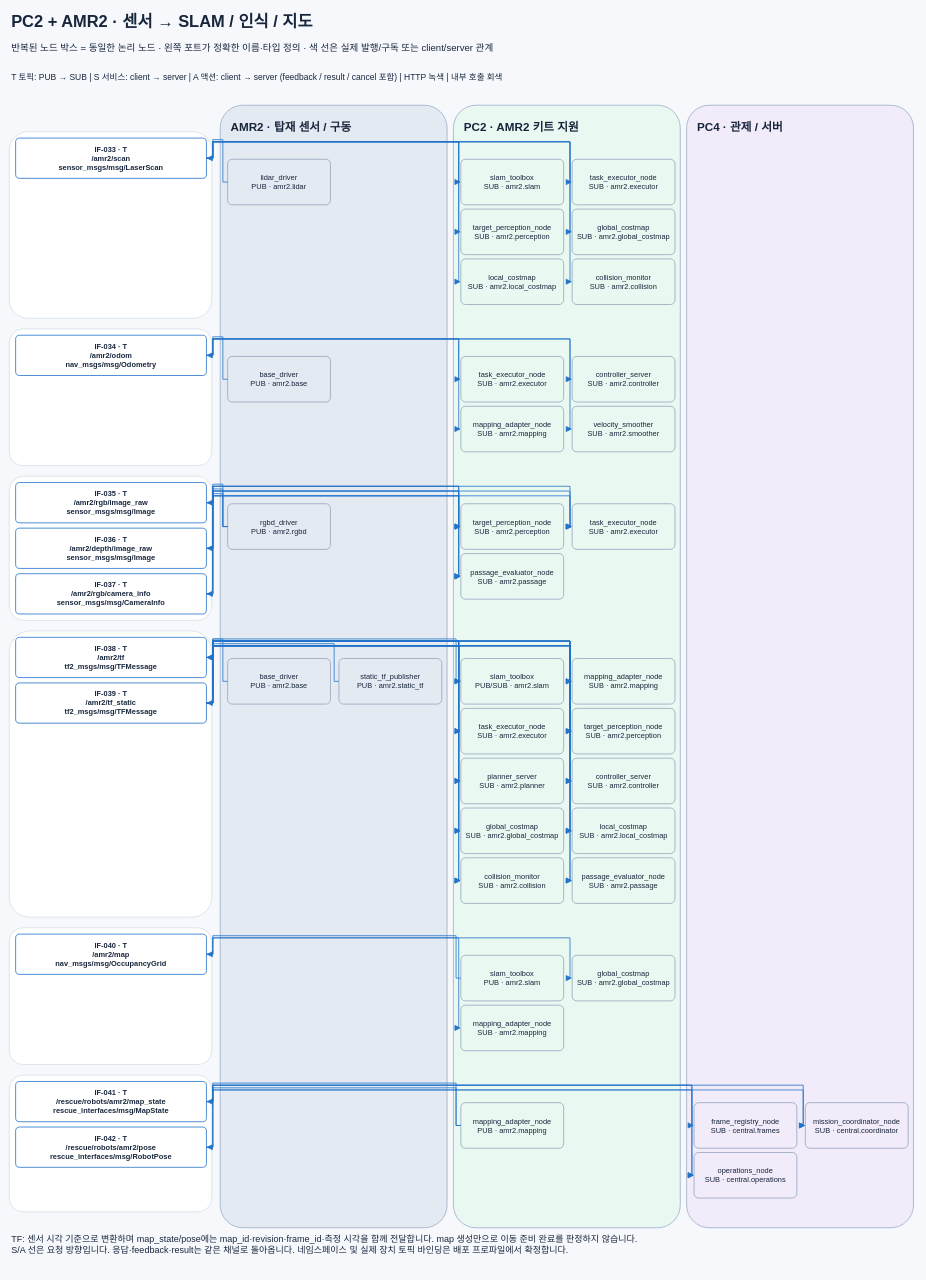
Above: page "04 PC2 센서·지도" (4 of 10) of docs/design/rokey7-sdd.drawio in mi1nn/ROKEY-7-public (draw.io), before the change. Source tidied: cells renumbered, new cells numbered last; positions are measured from the earlier drawing's top-left corner, leaving out a move shared by most shapes. Both pictures are drawn from the tidied source at 53%, with x=0, y=0 at pixel (9, 9).
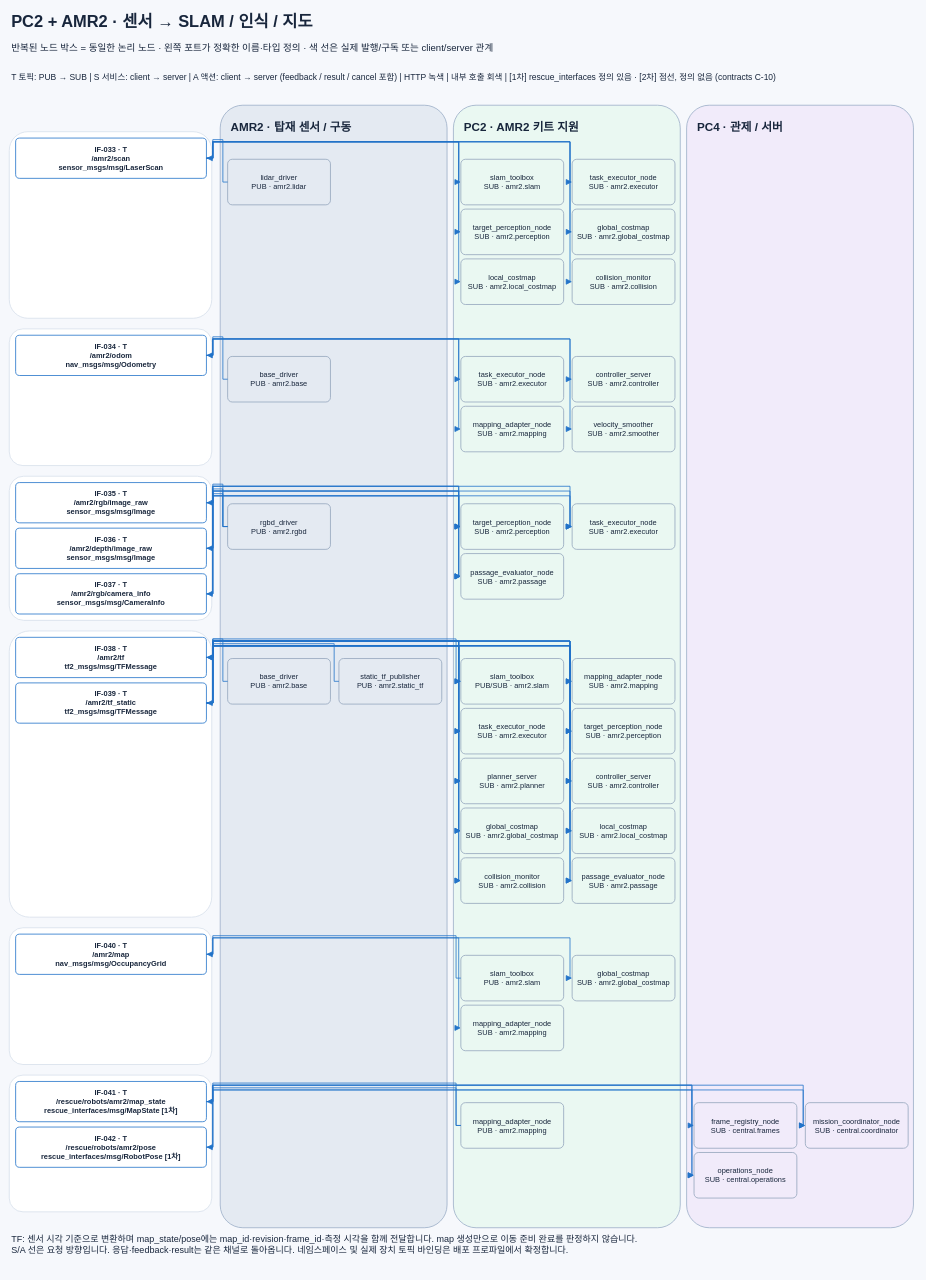
After the change.

Commit message (it also covers changes not shown here):
docs(sdd): draw.io 에 rescue_interfaces 1차/2차 표시와 10쪽 통신 흐름 추가

- 01~09 쪽 포트 박스 44개의 rescue_interfaces 타입 뒤에 [1차]/[2차], [2차]는 점선
- 10쪽: src/rescue_interfaces/README.md 「통신별 입력과 출력」 표를 한 장 그림으로
- 기존 셀 id·source·target 은 그대로 (추가 36셀)

Claude-Session: https://claude.ai/code/session_0161ysJAYhMrXouZWoWNTUK4

Change to the diagram source:
```diff
@@
-    <mxCell id="4" value="T 토픽: PUB → SUB  |  S 서비스: client → server  |  A 액션: client → server (feedback / result / cancel 포함)  |  HTTP 녹색  |  내부 호출 회색" style="rounded=1;arcSize=10;whiteSpace=wrap;html=0;fillColor=#FFFFFF;strokeColor=#CAD5E3;strokeWidth=1.5;fontFamily=Apple SD Gothic Neo;fontSize=16;fontColor=#18263C;fontStyle=0;align=center;verticalAlign=middle;spacing=8;strokeColor=none;fillColor=none;spacing=0;align=left;verticalAlign=top;" parent="1" vertex="1">
+    <mxCell id="4" value="T 토픽: PUB → SUB  |  S 서비스: client → server  |  A 액션: client → server (feedback / result / cancel 포함)  |  HTTP 녹색  |  내부 호출 회색  |  [1차] rescue_interfaces 정의 있음 · [2차] 점선, 정의 없음 (contracts C-10)" style="rounded=1;arcSize=10;whiteSpace=wrap;html=0;fillColor=#FFFFFF;strokeColor=#CAD5E3;strokeWidth=1.5;fontFamily=Apple SD Gothic Neo;fontSize=16;fontColor=#18263C;fontStyle=0;align=center;verticalAlign=middle;spacing=8;strokeColor=none;fillColor=none;spacing=0;align=left;verticalAlign=top;" parent="1" vertex="1">
       <mxGeometry x="4" y="113" width="1708" height="44" as="geometry" />
     </mxCell>
@@
-    <mxCell id="107" value="IF-041 · T&#10;/rescue/robots/amr2/map_state&#10;rescue_interfaces/msg/MapState" style="rounded=1;arcSize=10;whiteSpace=wrap;html=0;fillColor=#FFFFFF;strokeColor=#2374C9;strokeWidth=1.5;fontFamily=Apple SD Gothic Neo;fontSize=14;fontColor=#18263C;fontStyle=1;align=center;verticalAlign=middle;spacing=8;" parent="1" vertex="1">
+    <mxCell id="107" value="IF-041 · T&#10;/rescue/robots/amr2/map_state&#10;rescue_interfaces/msg/MapState [1차]" style="rounded=1;arcSize=10;whiteSpace=wrap;html=0;fillColor=#FFFFFF;strokeColor=#2374C9;strokeWidth=1.5;fontFamily=Apple SD Gothic Neo;fontSize=14;fontColor=#18263C;fontStyle=1;align=center;verticalAlign=middle;spacing=8;" parent="1" vertex="1">
       <mxGeometry x="12" y="2023" width="360" height="76" as="geometry" />
     </mxCell>
@@
-    <mxCell id="112" value="IF-042 · T&#10;/rescue/robots/amr2/pose&#10;rescue_interfaces/msg/RobotPose" style="rounded=1;arcSize=10;whiteSpace=wrap;html=0;fillColor=#FFFFFF;strokeColor=#2374C9;strokeWidth=1.5;fontFamily=Apple SD Gothic Neo;fontSize=14;fontColor=#18263C;fontStyle=1;align=center;verticalAlign=middle;spacing=8;" parent="1" vertex="1">
+    <mxCell id="112" value="IF-042 · T&#10;/rescue/robots/amr2/pose&#10;rescue_interfaces/msg/RobotPose [1차]" style="rounded=1;arcSize=10;whiteSpace=wrap;html=0;fillColor=#FFFFFF;strokeColor=#2374C9;strokeWidth=1.5;fontFamily=Apple SD Gothic Neo;fontSize=14;fontColor=#18263C;fontStyle=1;align=center;verticalAlign=middle;spacing=8;" parent="1" vertex="1">
       <mxGeometry x="12" y="2109" width="360" height="76" as="geometry" />
     </mxCell>
```
